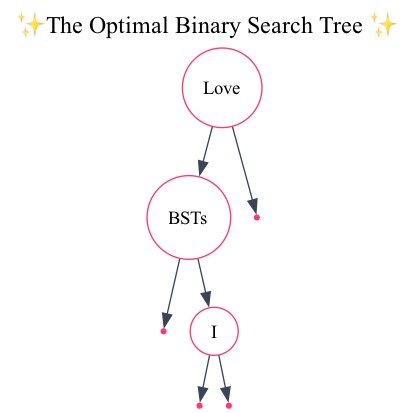
Earlier version of the Graphviz export obst.png (SharQawyCS/Optimal-Binary-Search-Tree). Its source is kept beside it as obst.dot.
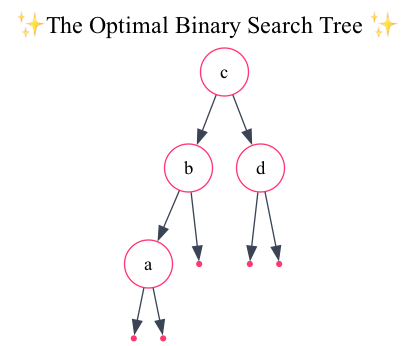
After the commit.

Diff of the diagram source:
```diff
@@ -5,14 +5,17 @@
 node [shape=circle, style=solid, color="#FF3671", fontcolor=black, fontsize=14;
 ];
 edge [color="#3B4455"];
-  "Love" -> "BSTs";
+  "c" -> "b";
+  "b" -> "a";
   null0 [shape=point];
-  "BSTs" -> null0;
-  "BSTs" -> "I";
+  "a" -> null0;
   null1 [shape=point];
-  "I" -> null1;
+  "a" -> null1;
   null2 [shape=point];
-  "I" -> null2;
+  "b" -> null2;
+  "c" -> "d";
   null3 [shape=point];
-  "Love" -> null3;
+  "d" -> null3;
+  null4 [shape=point];
+  "d" -> null4;
 }
```
